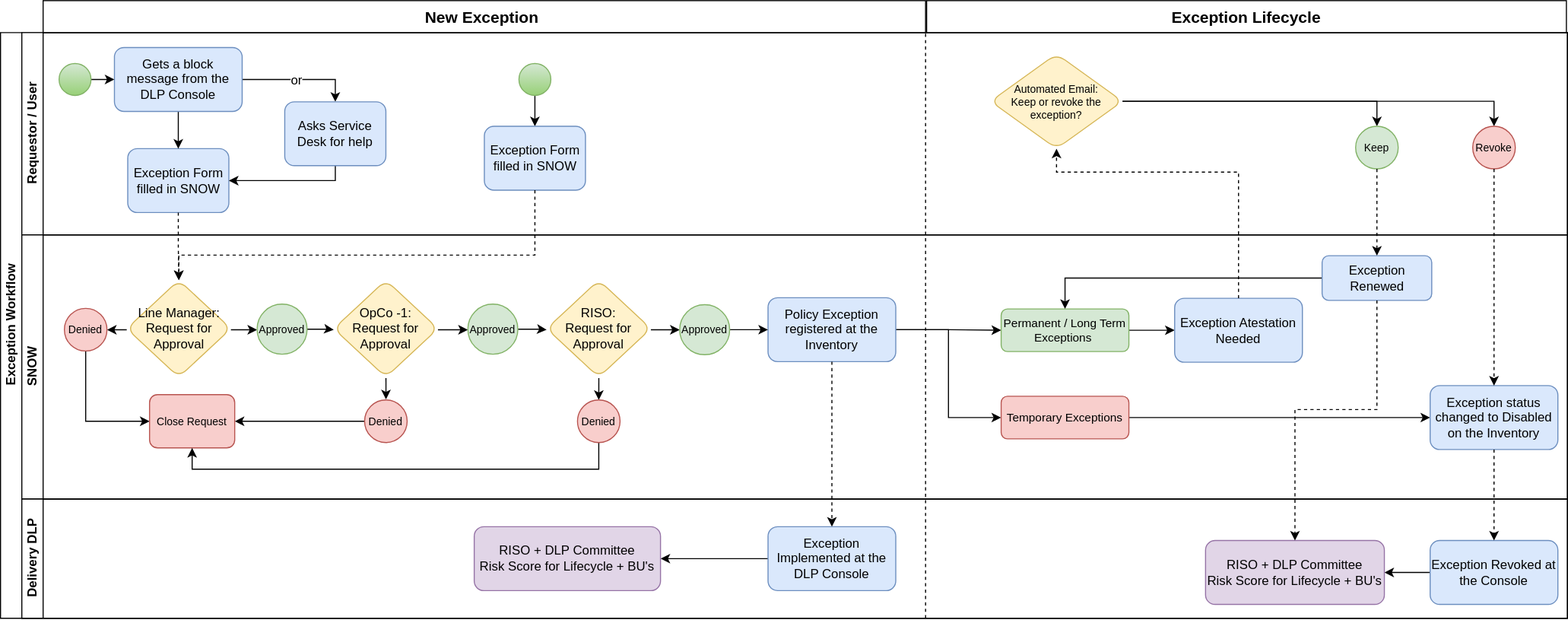
Before: Exception_ToBe.svg, a diagram exported from draw.io (jovblopes/Internet-of-Things). Source tidied: cells renumbered, new cells last; positions are measured from the earlier drawing's top-left corner, leaving out a move shared by most shapes.
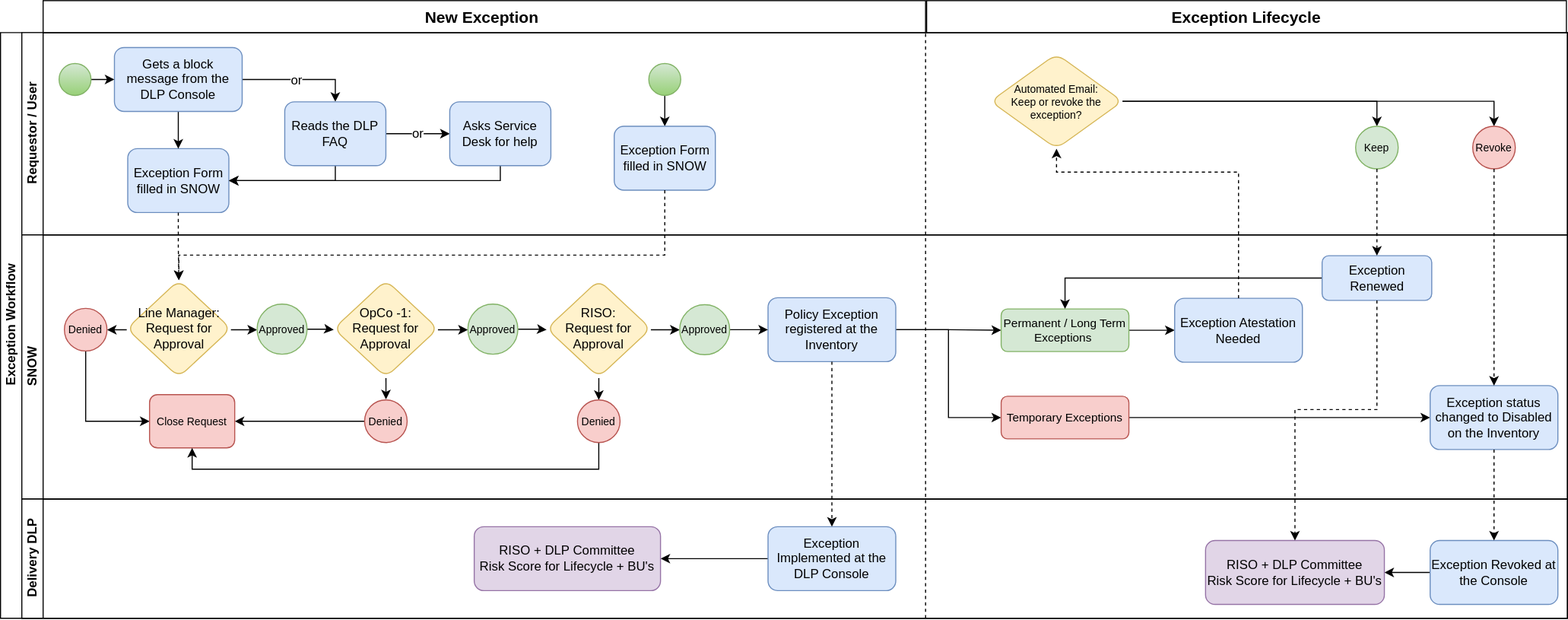
The same file after the commit.

What changed in the source:
```diff
@@ -64,7 +64,10 @@
         </Array>
       </mxGeometry>
     </mxCell>
+    <mxCell id="75" value="or" style="edgeStyle=orthogonalEdgeStyle;rounded=0;jettySize=auto;html=1;entryX=0;entryY=0.5;entryDx=0;entryDy=0;fontSize=12;" parent="5" edge="1" source="18" target="77">
+      <mxGeometry relative="1" as="geometry" />
+    </mxCell>
-    <mxCell id="18" value="Asks Service Desk for help" style="rounded=1;whiteSpace=wrap;html=1;fontFamily=Helvetica;fontSize=12;align=center;fillColor=#dae8fc;strokeColor=#6c8ebf;" parent="5" vertex="1">
+    <mxCell id="18" value="Reads the DLP FAQ" style="rounded=1;whiteSpace=wrap;html=1;fontFamily=Helvetica;fontSize=12;align=center;fillColor=#dae8fc;strokeColor=#6c8ebf;" parent="5" vertex="1">
       <mxGeometry x="247" y="65" width="95" height="60" as="geometry" />
     </mxCell>
     <mxCell id="19" style="edgeStyle=orthogonalEdgeStyle;rounded=0;jettySize=auto;html=1;entryX=0;entryY=0.5;entryDx=0;entryDy=0;fontSize=10;" parent="5" edge="1" source="20" target="16">
@@ -77,11 +80,21 @@
       <mxGeometry relative="1" as="geometry" />
     </mxCell>
     <mxCell id="22" style="ellipse;whiteSpace=wrap;html=1;rounded=1;fontSize=10;fillColor=#d5e8d4;strokeColor=#82b366;gradientColor=#97d077;" parent="5" vertex="1">
-      <mxGeometry x="467" y="29" width="30" height="30" as="geometry" />
+      <mxGeometry x="589" y="29" width="30" height="30" as="geometry" />
     </mxCell>
     <mxCell id="23" value="Exception Form filled in SNOW" style="rounded=1;whiteSpace=wrap;html=1;fontFamily=Helvetica;fontSize=12;align=center;fillColor=#dae8fc;strokeColor=#6c8ebf;" parent="5" vertex="1">
-      <mxGeometry x="434.5" y="88" width="95" height="60" as="geometry" />
+      <mxGeometry x="556.5" y="88" width="95" height="60" as="geometry" />
     </mxCell>
+    <mxCell id="76" style="edgeStyle=orthogonalEdgeStyle;rounded=0;jettySize=auto;html=1;entryX=1;entryY=0.5;entryDx=0;entryDy=0;" parent="5" edge="1" source="77" target="6">
+      <mxGeometry relative="1" as="geometry">
+        <Array as="points">
+          <mxPoint x="450" y="139" />
+        </Array>
+      </mxGeometry>
+    </mxCell>
+    <mxCell id="77" value="Asks Service Desk for help" style="rounded=1;whiteSpace=wrap;html=1;fontFamily=Helvetica;fontSize=12;align=center;fillColor=#dae8fc;strokeColor=#6c8ebf;" parent="5" vertex="1">
+      <mxGeometry x="402" y="65" width="95" height="60" as="geometry" />
+    </mxCell>
     <mxCell id="24" value="SNOW" style="swimlane;html=1;startSize=20;horizontal=0;" parent="4" vertex="1">
       <mxGeometry x="20" y="190" width="1452" height="248" as="geometry" />
     </mxCell>
@@ -264,8 +277,8 @@
     <mxCell id="72" style="edgeStyle=orthogonalEdgeStyle;rounded=0;jettySize=auto;html=1;entryX=0.5;entryY=0;entryDx=0;entryDy=0;fontSize=10;dashed=1;" parent="4" edge="1" source="23" target="27">
       <mxGeometry relative="1" as="geometry">
         <Array as="points">
-          <mxPoint x="502" y="209" />
-          <mxPoint x="167" y="209" />
+          <mxPoint x="624" y="209" />
+          <mxPoint x="168" y="209" />
         </Array>
       </mxGeometry>
     </mxCell>
```
